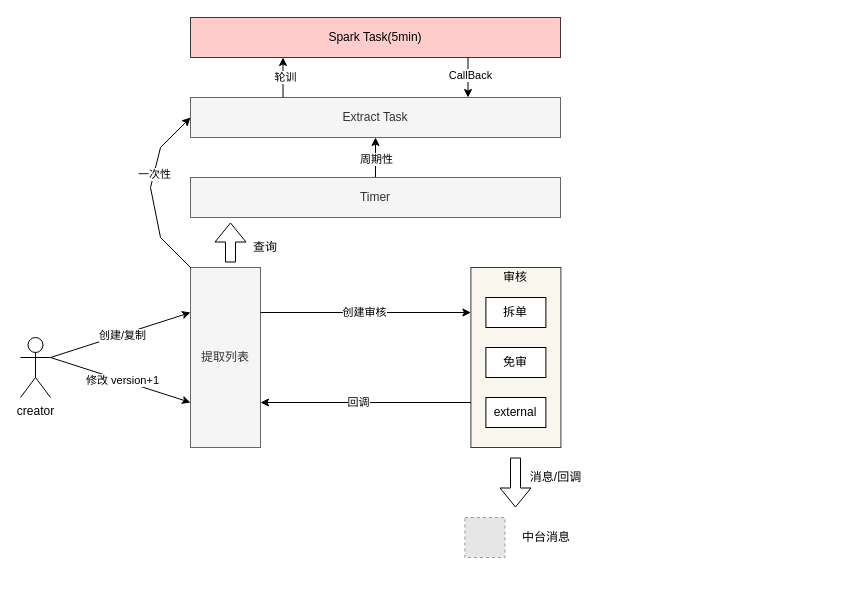
Before: feature_export.drawio in learn2Pro/draw_io_save, a draw.io diagram. Source tidied: cells renumbered, new cells numbered last; positions are measured from the earlier drawing's top-left corner, leaving out a move shared by most shapes. Both pictures are drawn from the tidied source at 100%, with x=0, y=0 at pixel (20, 17). Pictures stored in the file or linked from it are replaced by grey dashed boxes.
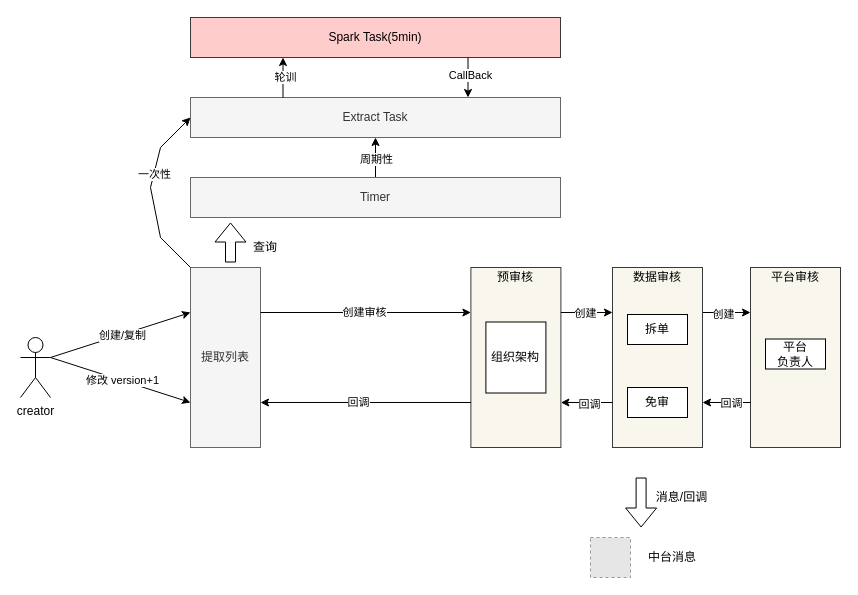
The same diagram, later.

Unchanged cells that the change refers to:
```xml
<mxCell id="8" style="rounded=0;whiteSpace=wrap;html=1;fillColor=#f9f7ed;strokeColor=#36393d;" parent="1" vertex="1">
  <mxGeometry x="450.4" y="250" width="90" height="180" as="geometry" />
</mxCell>
```

The edit, as a diff of the source:
```diff
@@
-    <mxCell id="9" value="审核" style="text;html=1;strokeColor=none;fillColor=none;align=center;verticalAlign=middle;whiteSpace=wrap;rounded=0;" parent="1" vertex="1">
+    <mxCell id="9" value="预审核" style="text;html=1;strokeColor=none;fillColor=none;align=center;verticalAlign=middle;whiteSpace=wrap;rounded=0;" parent="1" vertex="1">
       <mxGeometry x="465.4" y="250" width="60" height="20" as="geometry" />
     </mxCell>
-    <mxCell id="10" value="拆单" style="rounded=0;whiteSpace=wrap;html=1;" parent="1" vertex="1">
-      <mxGeometry x="465.4" y="280" width="60" height="30" as="geometry" />
-    </mxCell>
-    <mxCell id="11" value="external" style="rounded=0;whiteSpace=wrap;html=1;" parent="1" vertex="1">
-      <mxGeometry x="465.4" y="380" width="60" height="30" as="geometry" />
-    </mxCell>
     <mxCell id="12" style="group;" parent="1" vertex="1">
-      <mxGeometry x="444.4" y="500" width="112" height="40" as="geometry" />
+      <mxGeometry x="570" y="520" width="112" height="40" as="geometry" />
     </mxCell>
@@
     <mxCell id="15" style="shape=flexArrow;endArrow=classic;html=1;rounded=0;" parent="1" edge="1">
       <mxGeometry relative="1" as="geometry">
-        <mxPoint x="495" y="440" as="sourcePoint" />
-        <mxPoint x="495" y="490" as="targetPoint" />
+        <mxPoint x="620.6" y="460" as="sourcePoint" />
+        <mxPoint x="620.6" y="510" as="targetPoint" />
       </mxGeometry>
     </mxCell>
@@
     <mxCell id="20" value="消息/回调" style="text;html=1;align=center;verticalAlign=middle;strokeColor=none;fillColor=none;" parent="1" vertex="1">
-      <mxGeometry x="500.4" y="450" width="70" height="20" as="geometry" />
+      <mxGeometry x="626" y="470" width="70" height="20" as="geometry" />
     </mxCell>
@@
+    <mxCell id="35" style="rounded=0;whiteSpace=wrap;html=1;fillColor=#f9f7ed;strokeColor=#36393d;" parent="1" vertex="1">
+      <mxGeometry x="730" y="250" width="90" height="180" as="geometry" />
+    </mxCell>
+    <mxCell id="36" value="平台审核" style="text;html=1;strokeColor=none;fillColor=none;align=center;verticalAlign=middle;whiteSpace=wrap;rounded=0;" parent="1" vertex="1">
+      <mxGeometry x="745" y="250" width="60" height="20" as="geometry" />
+    </mxCell>
+    <mxCell id="37" value="组织架构" style="rounded=0;whiteSpace=wrap;html=1;" parent="1" vertex="1">
+      <mxGeometry x="465.4" y="304.5" width="60" height="71" as="geometry" />
+    </mxCell>
+    <mxCell id="38" style="endArrow=classic;html=1;rounded=0;entryX=0;entryY=0.25;entryDx=0;entryDy=0;exitX=1;exitY=0.25;exitDx=0;exitDy=0;" parent="1" edge="1" source="41" target="35">
+      <mxGeometry relative="1" as="geometry" />
+    </mxCell>
+    <mxCell id="39" value="创建" style="edgeLabel;html=1;align=center;verticalAlign=middle;" parent="38" vertex="1">
+      <mxGeometry x="-0.14" y="-1" relative="1" as="geometry">
+        <mxPoint x="-1" as="offset" />
+      </mxGeometry>
+    </mxCell>
+    <mxCell id="40" style="group;" parent="1" vertex="1">
+      <mxGeometry x="592" y="250" width="90" height="180" as="geometry" />
+    </mxCell>
+    <mxCell id="41" style="rounded=0;whiteSpace=wrap;html=1;fillColor=#f9f7ed;strokeColor=#36393d;" parent="40" vertex="1">
+      <mxGeometry width="90" height="180" as="geometry" />
+    </mxCell>
+    <mxCell id="10" value="拆单" style="rounded=0;whiteSpace=wrap;html=1;" parent="40" vertex="1">
+      <mxGeometry x="15" y="47" width="60" height="30" as="geometry" />
+    </mxCell>
-    <mxCell id="34" value="免审" style="rounded=0;whiteSpace=wrap;html=1;" parent="1" vertex="1">
-      <mxGeometry x="465.4" y="330" width="60" height="30" as="geometry" />
+    <mxCell id="34" value="免审" style="rounded=0;whiteSpace=wrap;html=1;" parent="40" vertex="1">
+      <mxGeometry x="15" y="120" width="60" height="30" as="geometry" />
     </mxCell>
+    <mxCell id="42" value="数据审核" style="text;html=1;strokeColor=none;fillColor=none;align=center;verticalAlign=middle;whiteSpace=wrap;rounded=0;" parent="40" vertex="1">
+      <mxGeometry x="15" width="60" height="20" as="geometry" />
+    </mxCell>
+    <mxCell id="43" style="endArrow=classic;html=1;rounded=0;entryX=1;entryY=0.75;entryDx=0;entryDy=0;exitX=0;exitY=0.75;exitDx=0;exitDy=0;" parent="1" edge="1" source="41" target="8">
+      <mxGeometry relative="1" as="geometry" />
+    </mxCell>
+    <mxCell id="44" value="回调" style="edgeLabel;html=1;align=center;verticalAlign=middle;" parent="43" vertex="1">
+      <mxGeometry x="-0.08" y="1" relative="1" as="geometry" />
+    </mxCell>
+    <mxCell id="45" style="endArrow=classic;html=1;rounded=0;exitX=0;exitY=0.75;exitDx=0;exitDy=0;entryX=1;entryY=0.75;entryDx=0;entryDy=0;" parent="1" edge="1" source="35" target="41">
+      <mxGeometry relative="1" as="geometry" />
+    </mxCell>
+    <mxCell id="46" value="回调" style="edgeLabel;html=1;align=center;verticalAlign=middle;" parent="45" vertex="1">
+      <mxGeometry x="-0.23" relative="1" as="geometry">
+        <mxPoint x="-2" as="offset" />
+      </mxGeometry>
+    </mxCell>
+    <mxCell id="47" style="endArrow=classic;html=1;rounded=0;entryX=0;entryY=0.25;entryDx=0;entryDy=0;exitX=1;exitY=0.25;exitDx=0;exitDy=0;" parent="1" edge="1" source="8" target="41">
+      <mxGeometry relative="1" as="geometry" />
+    </mxCell>
+    <mxCell id="48" value="创建" style="edgeLabel;html=1;align=center;verticalAlign=middle;" parent="47" vertex="1">
+      <mxGeometry x="0.08" relative="1" as="geometry">
+        <mxPoint x="-4" as="offset" />
+      </mxGeometry>
+    </mxCell>
+    <mxCell id="49" value="平台&lt;br&gt;负责人" style="rounded=0;whiteSpace=wrap;html=1;" parent="1" vertex="1">
+      <mxGeometry x="745" y="321.5" width="60" height="30" as="geometry" />
+    </mxCell>
```
